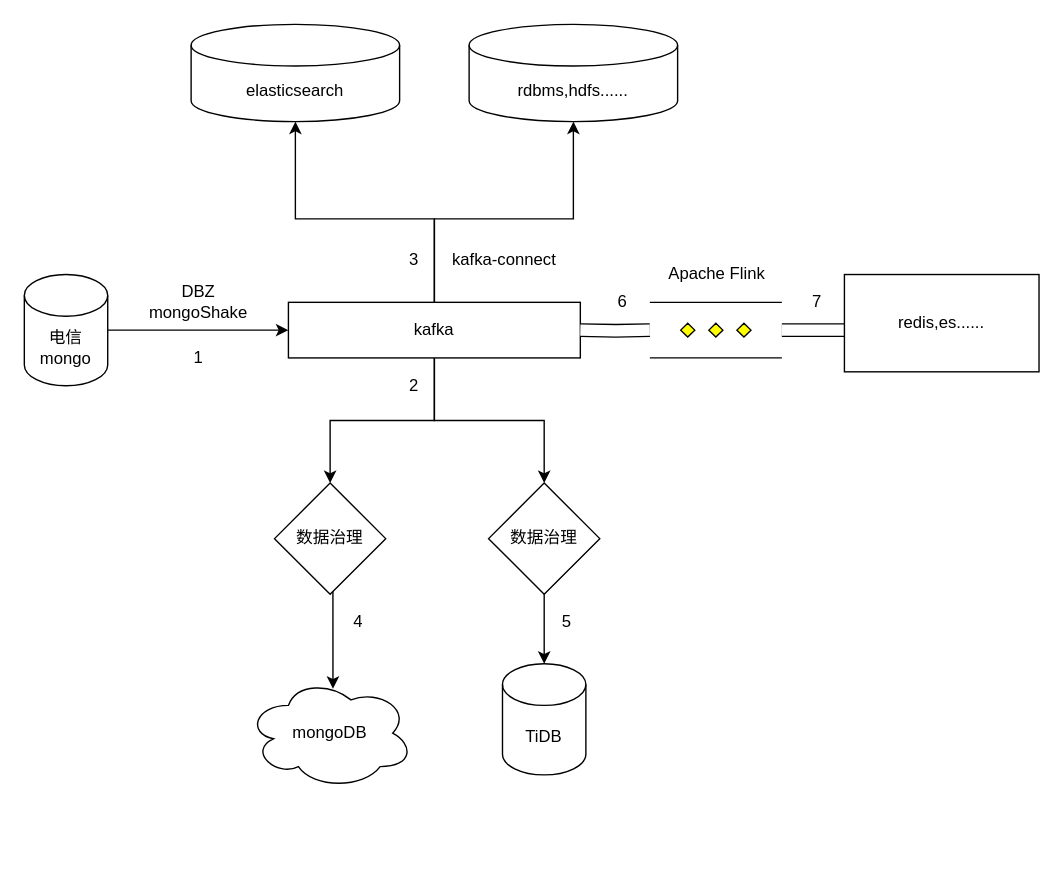
Earlier version of the draw.io diagram pipeline.drawio (KenyonZ/draw). Source tidied: cells renumbered, new cells numbered last; positions are measured from the earlier drawing's top-left corner, leaving out a move shared by most shapes. Both pictures are drawn from the tidied source at 139%, with x=0, y=0 at pixel (24, 24).
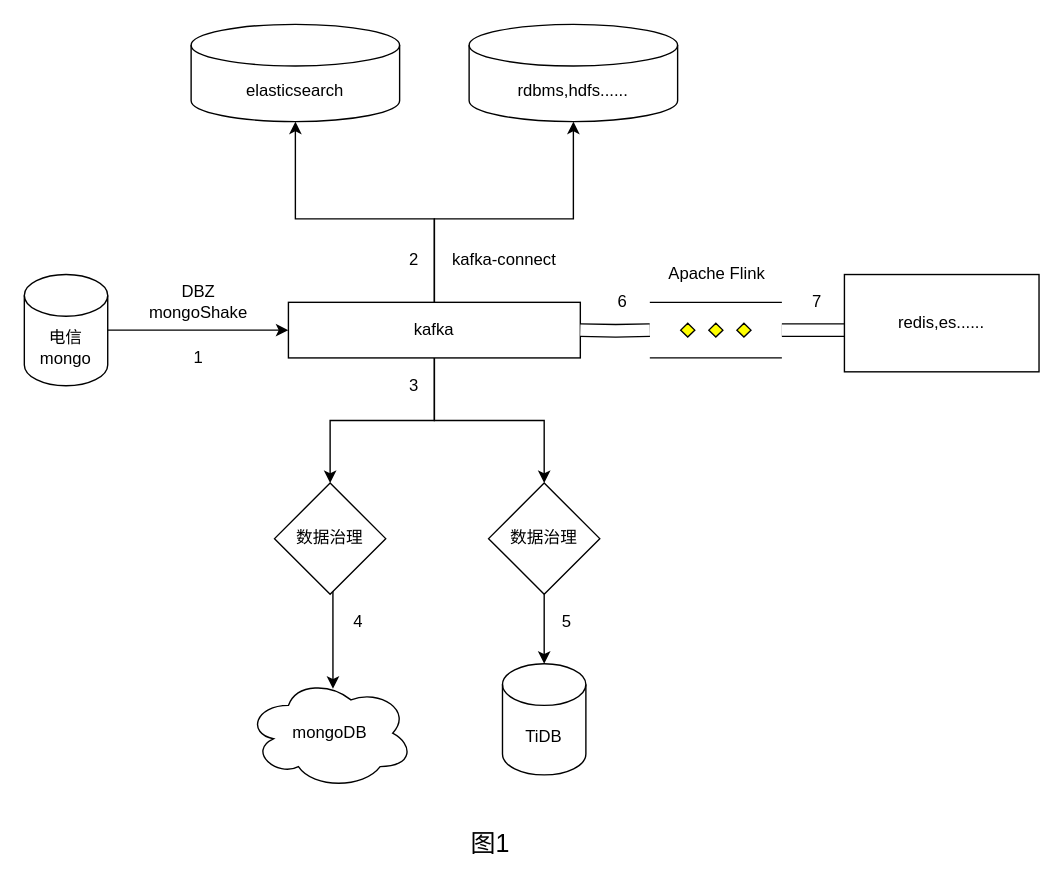
The same diagram, later.

Diff of the diagram source:
```diff
@@
-    <mxCell id="25" value="3" style="text;html=1;align=center;verticalAlign=middle;strokeColor=none;fillColor=none;" parent="1" vertex="1">
+    <mxCell id="25" value="2" style="text;html=1;align=center;verticalAlign=middle;strokeColor=none;fillColor=none;" parent="1" vertex="1">
       <mxGeometry x="270" y="160" width="20" height="20" as="geometry" />
     </mxCell>
-    <mxCell id="26" value="2" style="text;html=1;align=center;verticalAlign=middle;strokeColor=none;fillColor=none;" parent="1" vertex="1">
+    <mxCell id="26" value="3" style="text;html=1;align=center;verticalAlign=middle;strokeColor=none;fillColor=none;" parent="1" vertex="1">
       <mxGeometry x="270" y="250" width="20" height="20" as="geometry" />
     </mxCell>
@@
+    <mxCell id="31" value="&lt;font style=&quot;font-size: 18px&quot;&gt;图1&lt;/font&gt;" style="text;html=1;align=center;verticalAlign=middle;strokeColor=none;fillColor=none;" parent="1" vertex="1">
+      <mxGeometry x="315" y="580" width="40" height="20" as="geometry" />
+    </mxCell>
```
